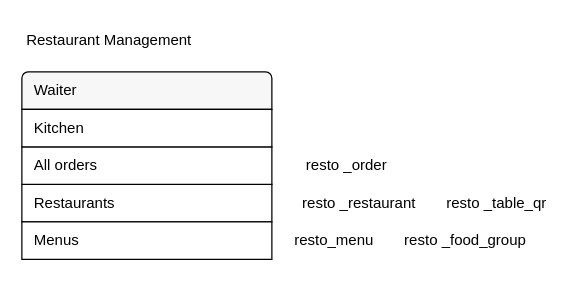
letrthang/design keeps this draw.io diagram as page "Restaurant" (1 of 2) of restaurant_order.drawio. Above is the earlier version. Source tidied: cells renumbered, new cells numbered last; positions are measured from the earlier drawing's top-left corner, leaving out a move shared by most shapes. Both pictures are drawn from the tidied source at 125%, with x=0, y=0 at pixel (21, 21).
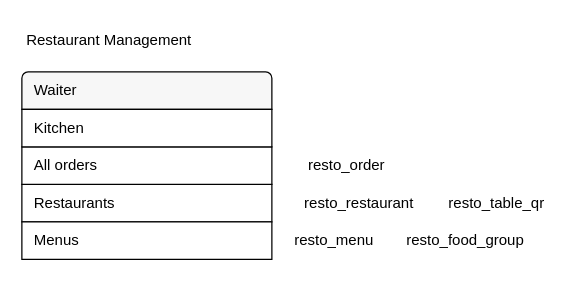
The same page after the edit.

What changed in the source:
```diff
@@
 <mxGraphModel>
   <root>
     <mxCell id="0" />
     <mxCell id="1" parent="0" />
     <mxCell id="2" value="Restaurants" style="strokeColor=inherit;fillColor=inherit;gradientColor=inherit;fontColor=inherit;html=1;shadow=0;dashed=0;perimeter=none;whiteSpace=wrap;align=left;spacing=10;" parent="1" vertex="1">
       <mxGeometry y="130" width="200" height="30" as="geometry" />
     </mxCell>
     <mxCell id="3" value="Menus" style="strokeColor=inherit;fillColor=inherit;gradientColor=inherit;fontColor=inherit;html=1;shadow=0;dashed=0;perimeter=none;whiteSpace=wrap;align=left;spacing=10;" parent="1" vertex="1">
       <mxGeometry y="160" width="200" height="30" as="geometry" />
     </mxCell>
     <mxCell id="4" value="Waiter" style="html=1;shadow=0;dashed=0;shape=mxgraph.bootstrap.topButton;strokeColor=inherit;fillColor=#F7F7F7;rSize=5;perimeter=none;whiteSpace=wrap;align=left;spacing=10;" parent="1" vertex="1">
       <mxGeometry y="40" width="200" height="30" as="geometry" />
     </mxCell>
     <mxCell id="5" value="All orders" style="strokeColor=inherit;fillColor=inherit;gradientColor=inherit;fontColor=inherit;html=1;shadow=0;dashed=0;perimeter=none;whiteSpace=wrap;align=left;spacing=10;" parent="1" vertex="1">
       <mxGeometry y="100" width="200" height="30" as="geometry" />
     </mxCell>
     <mxCell id="6" value="Kitchen" style="strokeColor=inherit;fillColor=inherit;gradientColor=inherit;fontColor=inherit;html=1;shadow=0;dashed=0;perimeter=none;whiteSpace=wrap;align=left;spacing=10;" parent="1" vertex="1">
       <mxGeometry y="70" width="200" height="30" as="geometry" />
     </mxCell>
     <mxCell id="7" value="resto_menu" style="text;html=1;strokeColor=none;fillColor=none;align=center;verticalAlign=middle;whiteSpace=wrap;rounded=0;" parent="1" vertex="1">
       <mxGeometry x="220" y="160" width="60" height="30" as="geometry" />
     </mxCell>
-    <mxCell id="8" value="resto _food_group" style="text;html=1;strokeColor=none;fillColor=none;align=center;verticalAlign=middle;whiteSpace=wrap;rounded=0;" parent="1" vertex="1">
+    <mxCell id="8" value="resto_food_group" style="text;html=1;strokeColor=none;fillColor=none;align=center;verticalAlign=middle;whiteSpace=wrap;rounded=0;" parent="1" vertex="1">
       <mxGeometry x="280" y="160" width="150" height="30" as="geometry" />
     </mxCell>
-    <mxCell id="9" value="resto _restaurant" style="text;html=1;strokeColor=none;fillColor=none;align=center;verticalAlign=middle;whiteSpace=wrap;rounded=0;" parent="1" vertex="1">
+    <mxCell id="9" value="resto_restaurant" style="text;html=1;strokeColor=none;fillColor=none;align=center;verticalAlign=middle;whiteSpace=wrap;rounded=0;" parent="1" vertex="1">
       <mxGeometry x="220" y="130" width="100" height="30" as="geometry" />
     </mxCell>
-    <mxCell id="10" value="resto _table_qr" style="text;html=1;strokeColor=none;fillColor=none;align=center;verticalAlign=middle;whiteSpace=wrap;rounded=0;" parent="1" vertex="1">
+    <mxCell id="10" value="resto_table_qr" style="text;html=1;strokeColor=none;fillColor=none;align=center;verticalAlign=middle;whiteSpace=wrap;rounded=0;" parent="1" vertex="1">
       <mxGeometry x="330" y="130" width="100" height="30" as="geometry" />
     </mxCell>
-    <mxCell id="11" value="resto _order" style="text;html=1;strokeColor=none;fillColor=none;align=center;verticalAlign=middle;whiteSpace=wrap;rounded=0;" parent="1" vertex="1">
+    <mxCell id="11" value="resto_order" style="text;html=1;strokeColor=none;fillColor=none;align=center;verticalAlign=middle;whiteSpace=wrap;rounded=0;" parent="1" vertex="1">
       <mxGeometry x="210" y="100" width="100" height="30" as="geometry" />
     </mxCell>
     <mxCell id="12" value="Restaurant Management" style="text;html=1;strokeColor=none;fillColor=none;align=center;verticalAlign=middle;whiteSpace=wrap;rounded=0;" parent="1" vertex="1">
       <mxGeometry width="140" height="30" as="geometry" />
     </mxCell>
   </root>
 </mxGraphModel>
```
